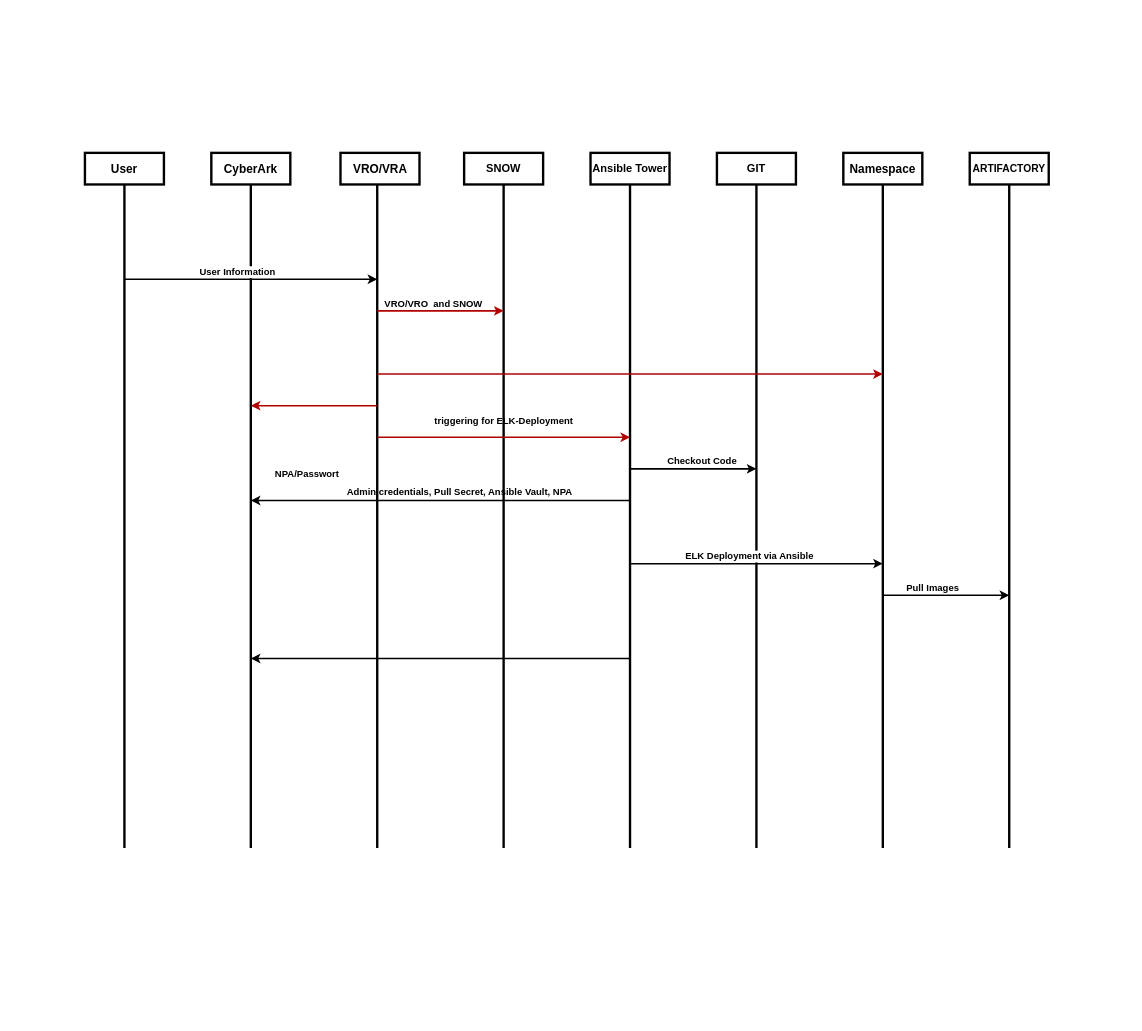
Above: test1.drawio in dodoche/doraly (draw.io), before the change. Source tidied: cells renumbered, new cells numbered last; positions are measured from the earlier drawing's top-left corner, leaving out a move shared by most shapes. Both pictures are drawn from the tidied source at 79%, with x=0, y=0 at pixel (85, 152).
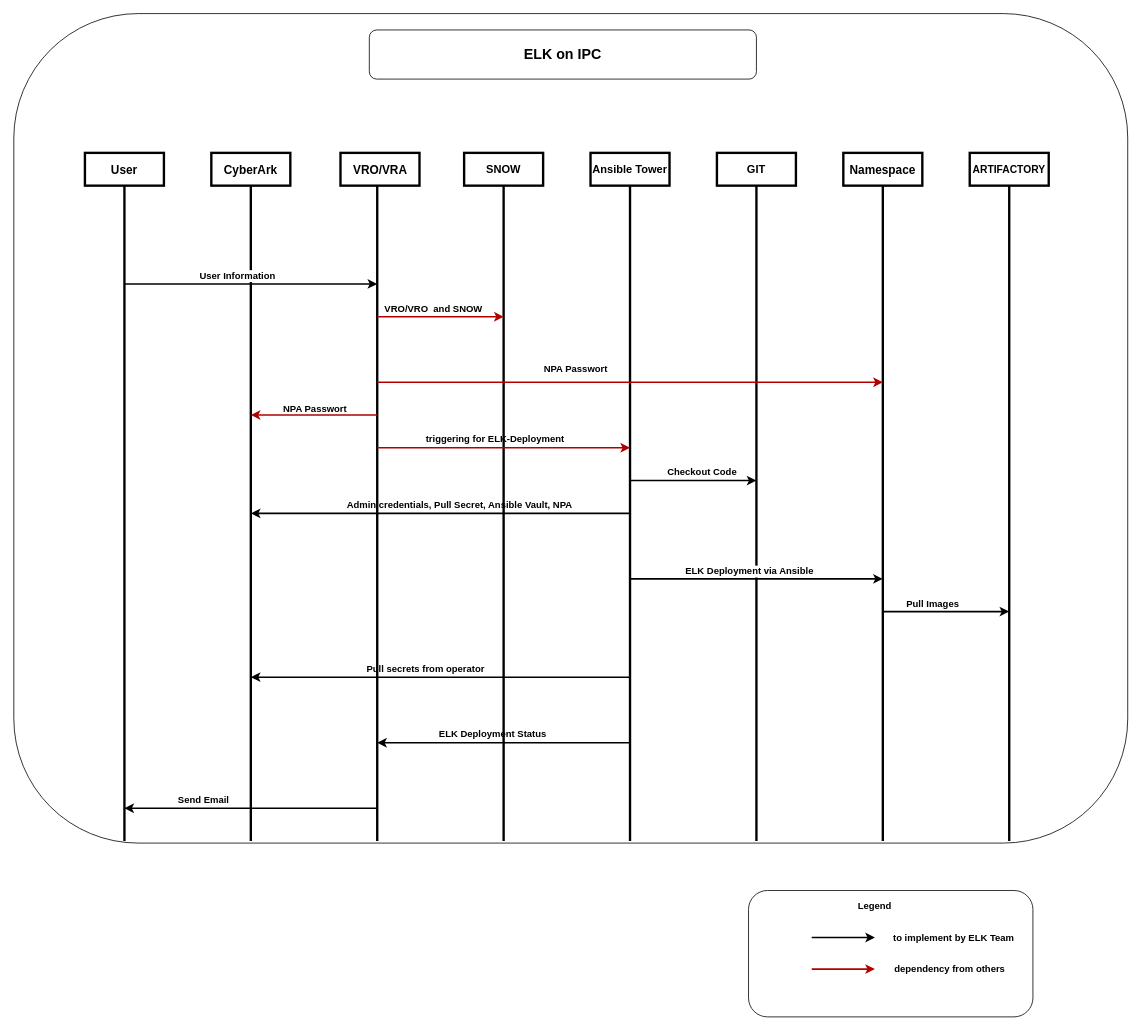
The same page after the edit.

Change to the diagram source:
```diff
@@
+    <mxCell id="36" style="rounded=1;whiteSpace=wrap;html=1;" parent="1" vertex="1">
+      <mxGeometry x="840" y="933.7" width="360" height="160" as="geometry" />
+    </mxCell>
+    <mxCell id="37" style="rounded=1;whiteSpace=wrap;html=1;" parent="1" vertex="1">
+      <mxGeometry x="-90" y="-176.3" width="1410" height="1050" as="geometry" />
+    </mxCell>
     <mxCell id="2" style="endArrow=none;html=1;strokeWidth=3;" parent="1" edge="1">
       <mxGeometry relative="1" as="geometry">
-        <mxPoint x="50" y="880" as="sourcePoint" />
-        <mxPoint x="50" y="40" as="targetPoint" />
+        <mxPoint x="50" y="871.1" as="sourcePoint" />
+        <mxPoint x="50" y="41.5" as="targetPoint" />
       </mxGeometry>
     </mxCell>
     <mxCell id="3" style="endArrow=none;html=1;strokeWidth=3;" parent="1" edge="1">
       <mxGeometry relative="1" as="geometry">
-        <mxPoint x="210" y="880" as="sourcePoint" />
-        <mxPoint x="210" y="40" as="targetPoint" />
+        <mxPoint x="210" y="871.1" as="sourcePoint" />
+        <mxPoint x="210" y="41.5" as="targetPoint" />
       </mxGeometry>
     </mxCell>
     <mxCell id="4" style="endArrow=none;html=1;strokeWidth=3;" parent="1" edge="1">
       <mxGeometry relative="1" as="geometry">
-        <mxPoint x="370" y="880" as="sourcePoint" />
-        <mxPoint x="370" y="40" as="targetPoint" />
+        <mxPoint x="370" y="871.1" as="sourcePoint" />
+        <mxPoint x="370" y="41.5" as="targetPoint" />
       </mxGeometry>
     </mxCell>
     <mxCell id="5" style="endArrow=none;html=1;strokeWidth=3;" parent="1" edge="1">
       <mxGeometry relative="1" as="geometry">
-        <mxPoint x="1010" y="880" as="sourcePoint" />
-        <mxPoint x="1010" y="40" as="targetPoint" />
+        <mxPoint x="1010" y="871.1" as="sourcePoint" />
+        <mxPoint x="1010" y="41.5" as="targetPoint" />
       </mxGeometry>
     </mxCell>
     <mxCell id="6" style="endArrow=none;html=1;strokeWidth=3;" parent="1" edge="1">
       <mxGeometry relative="1" as="geometry">
-        <mxPoint x="530" y="880" as="sourcePoint" />
-        <mxPoint x="530" y="40" as="targetPoint" />
+        <mxPoint x="530" y="871.1" as="sourcePoint" />
+        <mxPoint x="530" y="41.5" as="targetPoint" />
       </mxGeometry>
     </mxCell>
-    <mxCell id="7" value="&lt;b&gt;NPA/Passwort&lt;/b&gt;" style="text;html=1;align=center;verticalAlign=middle;labelBackgroundColor=#ffffff;" parent="6" vertex="1">
+    <mxCell id="7" value="&lt;b&gt;NPA Passwort&lt;/b&gt;" style="text;html=1;align=center;verticalAlign=middle;labelBackgroundColor=#ffffff;" parent="6" vertex="1">
       <mxGeometry x="0.32" y="-3" relative="1" as="geometry">
-        <mxPoint x="-253" y="80" as="offset" />
+        <mxPoint x="-243" y="0.6" as="offset" />
       </mxGeometry>
     </mxCell>
+    <mxCell id="38" value="&lt;b&gt;NPA Passwort&lt;/b&gt;" style="text;html=1;align=center;verticalAlign=middle;labelBackgroundColor=#ffffff;" parent="6" vertex="1">
+      <mxGeometry x="0.32" y="-3" relative="1" as="geometry">
+        <mxPoint x="87" y="-49.4" as="offset" />
+      </mxGeometry>
+    </mxCell>
     <mxCell id="8" style="endArrow=none;html=1;strokeWidth=3;" parent="1" edge="1">
       <mxGeometry relative="1" as="geometry">
-        <mxPoint x="690" y="880" as="sourcePoint" />
-        <mxPoint x="690" y="40" as="targetPoint" />
+        <mxPoint x="690" y="871.1" as="sourcePoint" />
+        <mxPoint x="690" y="41.5" as="targetPoint" />
       </mxGeometry>
     </mxCell>
     <mxCell id="9" style="endArrow=none;html=1;strokeWidth=3;" parent="1" edge="1">
       <mxGeometry relative="1" as="geometry">
-        <mxPoint x="850" y="880" as="sourcePoint" />
-        <mxPoint x="850" y="40" as="targetPoint" />
+        <mxPoint x="850" y="871.1" as="sourcePoint" />
+        <mxPoint x="850" y="41.5" as="targetPoint" />
       </mxGeometry>
     </mxCell>
     <mxCell id="10" style="endArrow=none;html=1;strokeWidth=3;" parent="1" edge="1">
       <mxGeometry relative="1" as="geometry">
-        <mxPoint x="1170" y="880" as="sourcePoint" />
-        <mxPoint x="1170" y="40" as="targetPoint" />
+        <mxPoint x="1170" y="871.1" as="sourcePoint" />
+        <mxPoint x="1170" y="41.5" as="targetPoint" />
       </mxGeometry>
     </mxCell>
     <mxCell id="11" value="&lt;p&gt;&lt;font style=&quot;font-size: 15px&quot;&gt;&lt;b&gt;User&lt;/b&gt;&lt;/font&gt;&lt;/p&gt;" style="rounded=0;whiteSpace=wrap;html=1;strokeWidth=3;" parent="1" vertex="1">
-      <mxGeometry width="100" height="40" as="geometry" />
+      <mxGeometry width="100" height="41.5" as="geometry" />
     </mxCell>
     <mxCell id="12" value="&lt;font style=&quot;font-size: 15px&quot;&gt;&lt;b&gt;CyberArk&lt;/b&gt;&lt;/font&gt;" style="rounded=0;whiteSpace=wrap;html=1;strokeWidth=3;" parent="1" vertex="1">
-      <mxGeometry x="160" width="100" height="40" as="geometry" />
+      <mxGeometry x="160" width="100" height="41.5" as="geometry" />
     </mxCell>
     <mxCell id="13" value="&lt;font style=&quot;font-size: 15px&quot;&gt;&lt;b&gt;VRO/VRA&lt;/b&gt;&lt;/font&gt;" style="rounded=0;whiteSpace=wrap;html=1;strokeWidth=3;" parent="1" vertex="1">
-      <mxGeometry x="323.5" width="100" height="40" as="geometry" />
+      <mxGeometry x="323.5" width="100" height="41.5" as="geometry" />
     </mxCell>
     <mxCell id="14" value="&lt;font style=&quot;font-size: 14px&quot;&gt;&lt;b&gt;SNOW&lt;/b&gt;&lt;/font&gt;" style="rounded=0;whiteSpace=wrap;html=1;strokeWidth=3;" parent="1" vertex="1">
-      <mxGeometry x="480" width="100" height="40" as="geometry" />
+      <mxGeometry x="480" width="100" height="41.5" as="geometry" />
     </mxCell>
     <mxCell id="15" value="&lt;font size=&quot;1&quot;&gt;&lt;b style=&quot;font-size: 14px&quot;&gt;Ansible Tower&lt;/b&gt;&lt;/font&gt;" style="rounded=0;whiteSpace=wrap;html=1;strokeWidth=3;" parent="1" vertex="1">
-      <mxGeometry x="640" width="100" height="40" as="geometry" />
+      <mxGeometry x="640" width="100" height="41.5" as="geometry" />
     </mxCell>
     <mxCell id="16" value="&lt;font style=&quot;font-size: 14px&quot;&gt;&lt;b&gt;GIT&lt;/b&gt;&lt;/font&gt;" style="rounded=0;whiteSpace=wrap;html=1;strokeWidth=3;" parent="1" vertex="1">
-      <mxGeometry x="800" width="100" height="40" as="geometry" />
+      <mxGeometry x="800" width="100" height="41.5" as="geometry" />
     </mxCell>
     <mxCell id="17" value="&lt;font size=&quot;1&quot;&gt;&lt;b style=&quot;font-size: 15px&quot;&gt;Namespace&lt;/b&gt;&lt;/font&gt;" style="rounded=0;whiteSpace=wrap;html=1;strokeWidth=3;" parent="1" vertex="1">
-      <mxGeometry x="960" width="100" height="40" as="geometry" />
+      <mxGeometry x="960" width="100" height="41.5" as="geometry" />
     </mxCell>
     <mxCell id="18" value="&lt;font style=&quot;font-size: 13px&quot;&gt;&lt;b&gt;ARTIFACTORY&lt;/b&gt;&lt;/font&gt;" style="rounded=0;whiteSpace=wrap;html=1;strokeWidth=3;" parent="1" vertex="1">
-      <mxGeometry x="1120" width="100" height="40" as="geometry" />
+      <mxGeometry x="1120" width="100" height="41.5" as="geometry" />
     </mxCell>
     <mxCell id="19" style="endArrow=classic;html=1;strokeWidth=2;" parent="1" edge="1">
       <mxGeometry relative="1" as="geometry">
-        <mxPoint x="50" y="160" as="sourcePoint" />
-        <mxPoint x="370" y="160" as="targetPoint" />
+        <mxPoint x="50" y="165.9" as="sourcePoint" />
+        <mxPoint x="370" y="165.9" as="targetPoint" />
       </mxGeometry>
     </mxCell>
@@
     <mxCell id="21" style="endArrow=classic;html=1;strokeWidth=2;fillColor=#e51400;strokeColor=#B20000;" parent="1" edge="1">
       <mxGeometry relative="1" as="geometry">
-        <mxPoint x="370" y="360" as="sourcePoint" />
-        <mxPoint x="690" y="360" as="targetPoint" />
+        <mxPoint x="370" y="373.3" as="sourcePoint" />
+        <mxPoint x="690" y="373.3" as="targetPoint" />
       </mxGeometry>
     </mxCell>
     <mxCell id="22" style="endArrow=classic;html=1;strokeWidth=2;" parent="1" edge="1">
       <mxGeometry relative="1" as="geometry">
-        <mxPoint x="690" y="400" as="sourcePoint" />
-        <mxPoint x="850" y="400" as="targetPoint" />
+        <mxPoint x="690" y="414.8" as="sourcePoint" />
+        <mxPoint x="850" y="414.8" as="targetPoint" />
       </mxGeometry>
     </mxCell>
     <mxCell id="23" value="&lt;b&gt;Checkout Code&lt;/b&gt;" style="text;html=1;align=center;verticalAlign=middle;" parent="1" vertex="1">
-      <mxGeometry x="731" y="380" width="100" height="20" as="geometry" />
+      <mxGeometry x="731" y="394.1" width="100" height="20" as="geometry" />
     </mxCell>
     <mxCell id="24" value="&lt;b&gt;triggering for ELK-Deployment&lt;/b&gt;" style="text;html=1;align=center;verticalAlign=middle;" parent="1" vertex="1">
-      <mxGeometry x="435" y="330" width="190" height="20" as="geometry" />
+      <mxGeometry x="424" y="352.6" width="190" height="20" as="geometry" />
     </mxCell>
     <mxCell id="25" style="endArrow=classic;html=1;strokeWidth=2;" parent="1" edge="1">
       <mxGeometry relative="1" as="geometry">
-        <mxPoint x="690" y="440" as="sourcePoint" />
-        <mxPoint x="210" y="440" as="targetPoint" />
+        <mxPoint x="690" y="456.3" as="sourcePoint" />
+        <mxPoint x="210" y="456.3" as="targetPoint" />
       </mxGeometry>
     </mxCell>
     <mxCell id="26" value="&lt;b&gt;Admin credentials, Pull Secret, Ansible Vault, NPA&lt;/b&gt;" style="text;html=1;align=center;verticalAlign=middle;" parent="1" vertex="1">
-      <mxGeometry x="323.5" y="420" width="300" height="20" as="geometry" />
+      <mxGeometry x="323.5" y="435.6" width="300" height="20" as="geometry" />
     </mxCell>
     <mxCell id="27" style="endArrow=classic;html=1;strokeWidth=2;" parent="1" edge="1">
       <mxGeometry relative="1" as="geometry">
-        <mxPoint x="690" y="520" as="sourcePoint" />
-        <mxPoint x="1010" y="520" as="targetPoint" />
+        <mxPoint x="690" y="539.3" as="sourcePoint" />
+        <mxPoint x="1010" y="539.3" as="targetPoint" />
       </mxGeometry>
     </mxCell>
@@
     <mxCell id="29" style="endArrow=classic;html=1;strokeWidth=2;" parent="1" edge="1">
       <mxGeometry relative="1" as="geometry">
-        <mxPoint x="1010" y="560" as="sourcePoint" />
-        <mxPoint x="1170" y="560" as="targetPoint" />
+        <mxPoint x="1010" y="580.7" as="sourcePoint" />
+        <mxPoint x="1170" y="580.7" as="targetPoint" />
       </mxGeometry>
     </mxCell>
@@
     <mxCell id="31" style="endArrow=classic;html=1;strokeWidth=2;fillColor=#e51400;strokeColor=#B20000;" parent="1" edge="1">
       <mxGeometry relative="1" as="geometry">
-        <mxPoint x="370" y="200" as="sourcePoint" />
-        <mxPoint x="530" y="200" as="targetPoint" />
+        <mxPoint x="370" y="207.4" as="sourcePoint" />
+        <mxPoint x="530" y="207.4" as="targetPoint" />
       </mxGeometry>
     </mxCell>
@@
     <mxCell id="33" style="endArrow=classic;html=1;strokeWidth=2;fillColor=#e51400;strokeColor=#B20000;" parent="1" edge="1">
       <mxGeometry relative="1" as="geometry">
-        <mxPoint x="370" y="320" as="sourcePoint" />
-        <mxPoint x="210" y="320" as="targetPoint" />
+        <mxPoint x="370" y="331.8" as="sourcePoint" />
+        <mxPoint x="210" y="331.8" as="targetPoint" />
       </mxGeometry>
     </mxCell>
     <mxCell id="34" style="endArrow=classic;html=1;strokeWidth=2;fillColor=#e51400;strokeColor=#B20000;" parent="1" edge="1">
       <mxGeometry relative="1" as="geometry">
-        <mxPoint x="370" y="280" as="sourcePoint" />
-        <mxPoint x="1010" y="280" as="targetPoint" />
+        <mxPoint x="370" y="290.4" as="sourcePoint" />
+        <mxPoint x="1010" y="290.4" as="targetPoint" />
       </mxGeometry>
     </mxCell>
     <mxCell id="35" style="endArrow=classic;html=1;strokeWidth=2;" parent="1" edge="1">
       <mxGeometry relative="1" as="geometry">
-        <mxPoint x="690" y="640" as="sourcePoint" />
-        <mxPoint x="210" y="640" as="targetPoint" />
+        <mxPoint x="690" y="663.7" as="sourcePoint" />
+        <mxPoint x="210" y="663.7" as="targetPoint" />
       </mxGeometry>
     </mxCell>
+    <mxCell id="39" value="&lt;b&gt;Pull secrets from operator&lt;/b&gt;" style="text;html=1;align=center;verticalAlign=middle;" parent="1" vertex="1">
+      <mxGeometry x="351" y="643" width="160" height="20" as="geometry" />
+    </mxCell>
+    <mxCell id="40" style="endArrow=classic;html=1;strokeWidth=2;" parent="1" edge="1">
+      <mxGeometry relative="1" as="geometry">
+        <mxPoint x="690" y="746.7" as="sourcePoint" />
+        <mxPoint x="370" y="746.7" as="targetPoint" />
+      </mxGeometry>
+    </mxCell>
+    <mxCell id="41" value="&lt;b&gt;ELK Deployment Status&lt;/b&gt;" style="text;html=1;align=center;verticalAlign=middle;" parent="1" vertex="1">
+      <mxGeometry x="441" y="725.9" width="150" height="20" as="geometry" />
+    </mxCell>
+    <mxCell id="42" style="endArrow=classic;html=1;strokeWidth=2;" parent="1" edge="1">
+      <mxGeometry relative="1" as="geometry">
+        <mxPoint x="370" y="829.6" as="sourcePoint" />
+        <mxPoint x="50" y="829.6" as="targetPoint" />
+      </mxGeometry>
+    </mxCell>
+    <mxCell id="43" value="&lt;b&gt;Send Email&lt;/b&gt;" style="text;html=1;align=center;verticalAlign=middle;" parent="1" vertex="1">
+      <mxGeometry x="110" y="808.9" width="80" height="20" as="geometry" />
+    </mxCell>
+    <mxCell id="44" value="&lt;font style=&quot;font-size: 18px&quot;&gt;&lt;b&gt;ELK on IPC&lt;/b&gt;&lt;/font&gt;" style="rounded=1;whiteSpace=wrap;html=1;" parent="1" vertex="1">
+      <mxGeometry x="360" y="-155.6" width="490" height="62.2" as="geometry" />
+    </mxCell>
+    <mxCell id="45" style="endArrow=classic;html=1;strokeWidth=2;" parent="1" edge="1">
+      <mxGeometry relative="1" as="geometry">
+        <mxPoint x="920" y="993.2" as="sourcePoint" />
+        <mxPoint x="1000" y="993.2" as="targetPoint" />
+      </mxGeometry>
+    </mxCell>
+    <mxCell id="46" value="&lt;b&gt;to implement by ELK Team&lt;/b&gt;" style="text;html=1;strokeColor=none;fillColor=none;align=center;verticalAlign=middle;whiteSpace=wrap;rounded=0;" parent="1" vertex="1">
+      <mxGeometry x="1020" y="983.7" width="160" height="20" as="geometry" />
+    </mxCell>
+    <mxCell id="47" style="endArrow=classic;html=1;strokeWidth=2;fillColor=#e51400;strokeColor=#B20000;" parent="1" edge="1">
+      <mxGeometry relative="1" as="geometry">
+        <mxPoint x="920" y="1033.2" as="sourcePoint" />
+        <mxPoint x="1000" y="1033.2" as="targetPoint" />
+      </mxGeometry>
+    </mxCell>
+    <mxCell id="48" value="dependency from others" style="text;html=1;strokeColor=none;fillColor=none;align=center;verticalAlign=middle;whiteSpace=wrap;rounded=0;fontStyle=1;" parent="1" vertex="1">
+      <mxGeometry x="1020" y="1023.7" width="150" height="20" as="geometry" />
+    </mxCell>
+    <mxCell id="49" value="&lt;b&gt;Legend&lt;/b&gt;" style="text;html=1;strokeColor=none;fillColor=none;align=center;verticalAlign=middle;whiteSpace=wrap;rounded=0;" parent="1" vertex="1">
+      <mxGeometry x="970" y="943.7" width="60" height="20" as="geometry" />
+    </mxCell>
```
